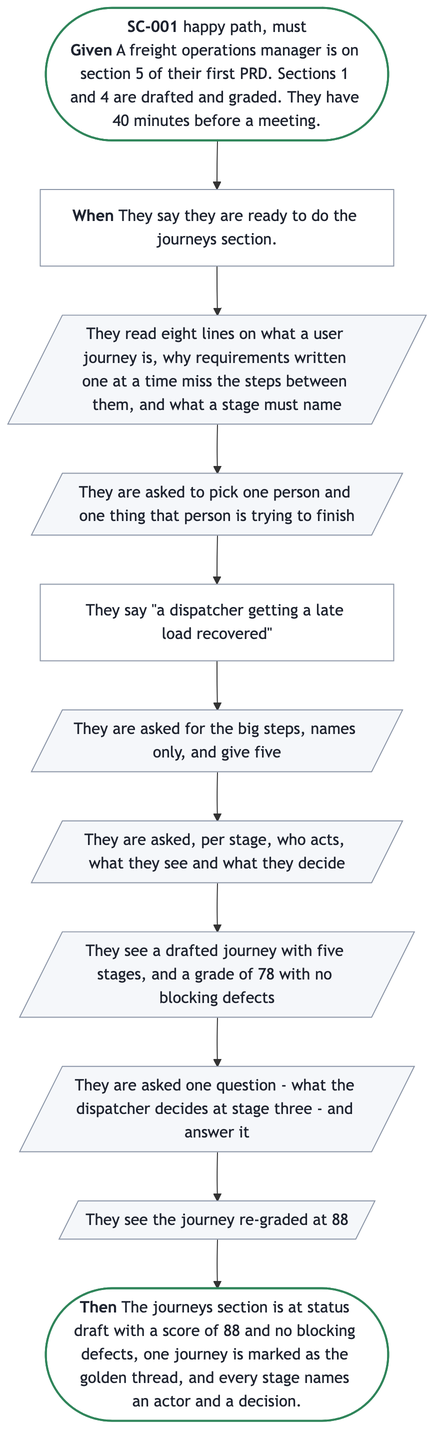
Above: docs/prd/prd-forge/diagrams/SC-001.png in SpillwaveSolutions/prd-forge (Mermaid), before the change. Its source is kept beside it as docs/prd/prd-forge/diagrams/SC-001.mmd.
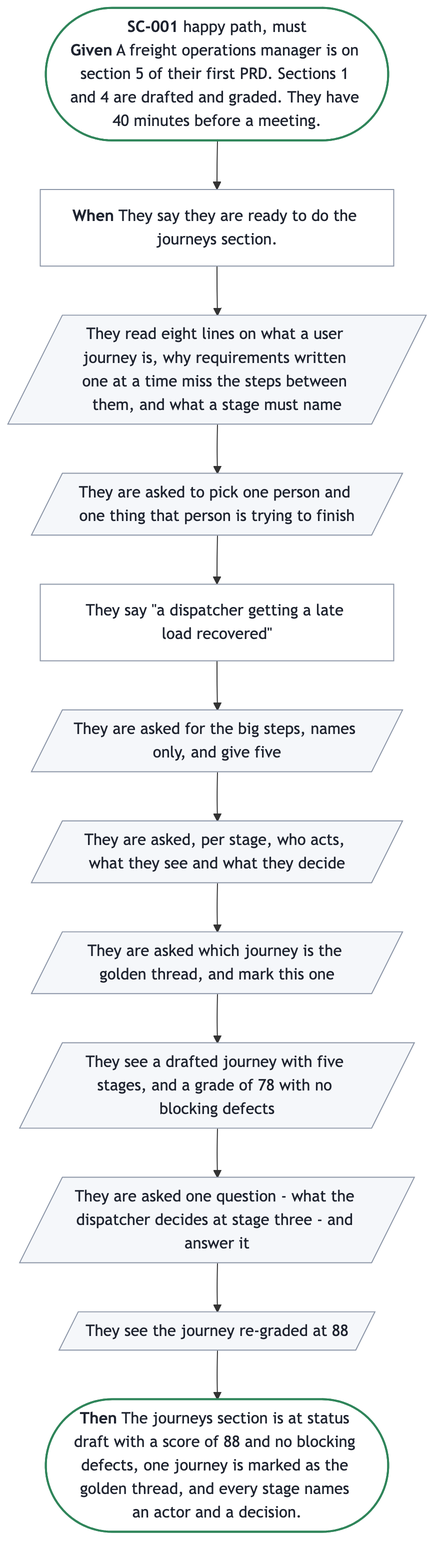
Later version of the same file.

Diff of the diagram source:
```diff
@@ -7,11 +7,12 @@
   s2["They say #quot;a dispatcher getting a late load recovered#quot;"]
   s3[/"They are asked for the big steps, names only, and give five"/]
   s4[/"They are asked, per stage, who acts, what they see and what they decide"/]
-  s5[/"They see a drafted journey with five stages, and a grade of 78 with no blocking defects"/]
-  s6[/"They are asked one question - what the dispatcher decides at stage three - and answer it"/]
-  s7[/"They see the journey re-graded at 88"/]
+  s5[/"They are asked which journey is the golden thread, and mark this one"/]
+  s6[/"They see a drafted journey with five stages, and a grade of 78 with no blocking defects"/]
+  s7[/"They are asked one question - what the dispatcher decides at stage three - and answer it"/]
+  s8[/"They see the journey re-graded at 88"/]
   done(["<b>Then</b> The journeys section is at status draft with a score of 88 and no blocking defects, one journey is marked as the golden thread, and every stage names an actor and a decision."])
-  start --> trigger --> s0 --> s1 --> s2 --> s3 --> s4 --> s5 --> s6 --> s7 --> done
+  start --> trigger --> s0 --> s1 --> s2 --> s3 --> s4 --> s5 --> s6 --> s7 --> s8 --> done
   classDef ends fill:#FFFFFF,stroke:#2F855A,stroke-width:2px,color:#1F2430
   classDef sees fill:#F5F7FA,stroke:#8A94A6,color:#1F2430
   classDef does fill:#FFFFFF,stroke:#8A94A6,color:#1F2430
@@ -24,4 +25,5 @@
   class s5 sees
   class s6 sees
   class s7 sees
+  class s8 sees
   class trigger does
```
